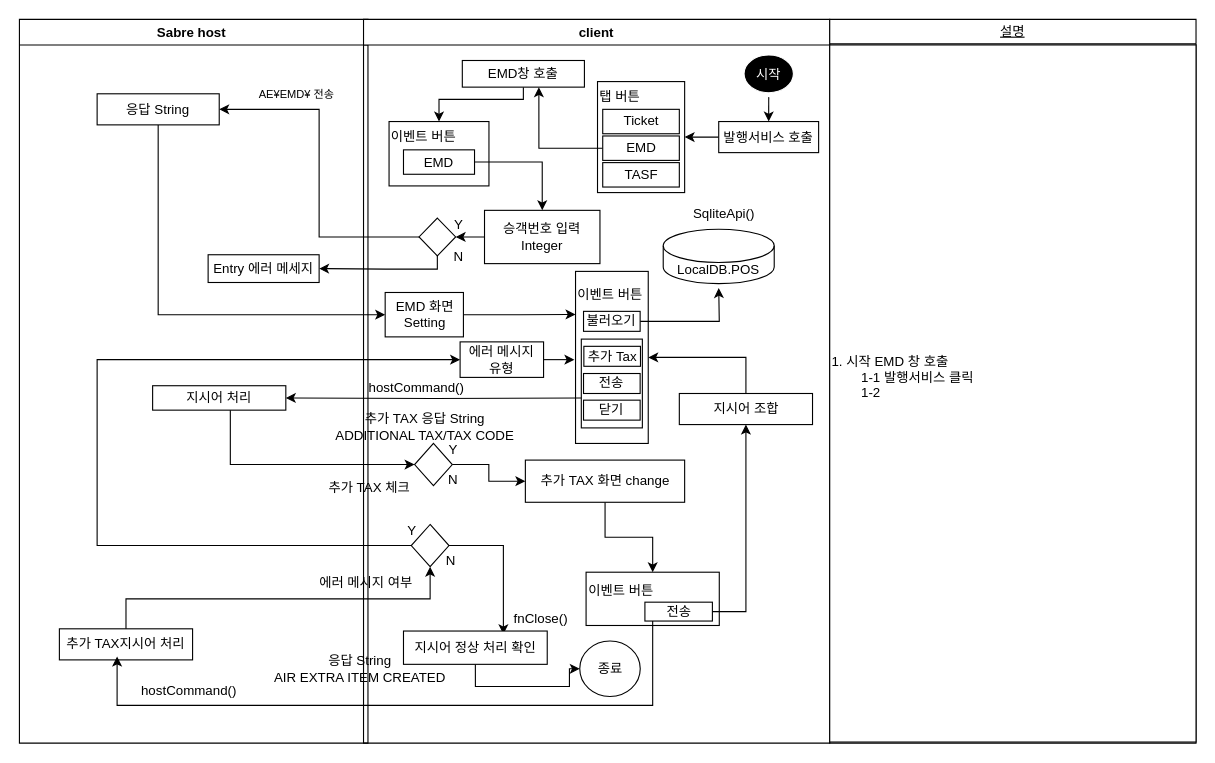
ShimDaeSung1/EMDS2 keeps this draw.io diagram as 제목 없는 다이어그램.drawio. Above is the earlier version. Source tidied: cells renumbered, new cells numbered last; positions are measured from the earlier drawing's top-left corner, leaving out a move shared by most shapes. Both pictures are drawn from the tidied source at 111%, with x=0, y=0 at pixel (19, 19).
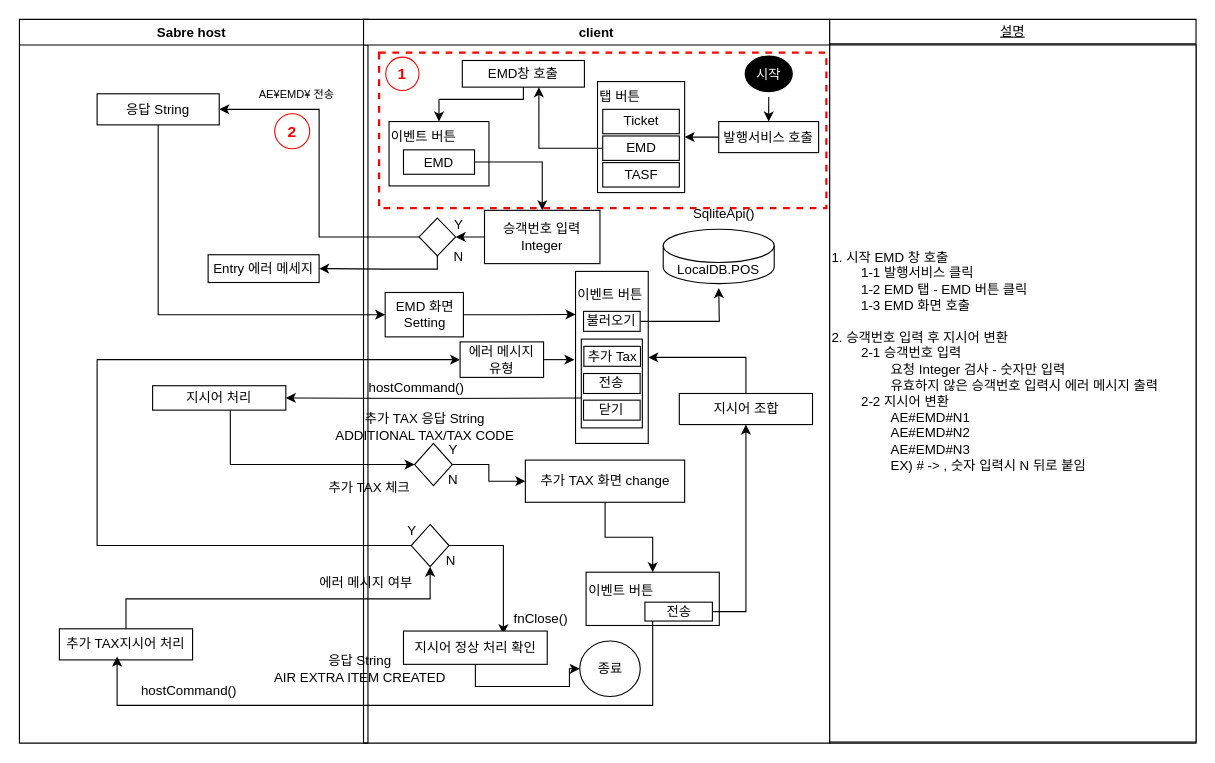
The same diagram, later.

Commit message (it also covers changes not shown here):
제목 없는 다이어그램.drawio 업데이트

The change refers to these unchanged cells:
```xml
<mxCell id="2" value="Sabre host " style="swimlane;whiteSpace=wrap;" parent="1" vertex="1">
  <mxGeometry width="314" height="652" as="geometry" />
</mxCell>
<mxCell id="9" value="client" style="swimlane;whiteSpace=wrap;" parent="1" vertex="1">
  <mxGeometry x="310" width="420" height="652" as="geometry" />
</mxCell>
<mxCell id="67" value="설명" style="swimlane;whiteSpace=wrap;fontStyle=4;startSize=22;" parent="1" vertex="1">
  <mxGeometry x="730" width="330" height="652" as="geometry" />
</mxCell>
```

What changed in the source:
```diff
@@
+    <mxCell id="76" value="&lt;font color=&quot;#ff0000&quot; style=&quot;font-size: 14px;&quot;&gt;2&lt;/font&gt;" style="ellipse;whiteSpace=wrap;html=1;strokeColor=#FF0000;fontStyle=1;" parent="2" vertex="1">
+      <mxGeometry x="230" y="85" width="31.5" height="31.5" as="geometry" />
+    </mxCell>
@@
+    <mxCell id="77" style="verticalLabelPosition=bottom;verticalAlign=top;html=1;shape=mxgraph.basic.rect;fillColor2=none;strokeWidth=2;size=20;indent=5;dashed=1;strokeColor=#FF0000;" parent="9" vertex="1">
+      <mxGeometry x="14" y="30" width="403" height="140" as="geometry" />
+    </mxCell>
@@
+    <mxCell id="78" value="&lt;font color=&quot;#ff0000&quot; style=&quot;font-size: 14px;&quot;&gt;1&lt;/font&gt;" style="ellipse;whiteSpace=wrap;html=1;strokeColor=#FF0000;fontStyle=1;" parent="9" vertex="1">
+      <mxGeometry x="20" y="34" width="30" height="30" as="geometry" />
+    </mxCell>
@@
-    <mxCell id="68" value="1. 시작 EMD 창 호출&lt;br&gt;&lt;span style=&quot;white-space: pre;&quot;&gt;&#9;&lt;/span&gt;1-1 발행서비스 클릭&lt;br&gt;&lt;span style=&quot;white-space: pre;&quot;&gt;&#9;&lt;/span&gt;1-2&amp;nbsp;&lt;br&gt;&lt;span style=&quot;white-space: pre;&quot;&gt;&#9;&lt;/span&gt;&lt;br&gt;&lt;span style=&quot;white-space: pre;&quot;&gt;&#9;&lt;/span&gt;&lt;span style=&quot;white-space: pre;&quot;&gt;&#9;&lt;/span&gt;&amp;nbsp;" style="whiteSpace=wrap;html=1;align=left;" parent="67" vertex="1">
+    <mxCell id="68" value="1. 시작 EMD 창 호출&lt;br&gt;&lt;span style=&quot;white-space: pre;&quot;&gt;&#9;&lt;/span&gt;1-1 발행서비스 클릭&lt;br&gt;&lt;span style=&quot;white-space: pre;&quot;&gt;&#9;&lt;/span&gt;1-2 EMD 탭 - EMD 버튼 클릭&lt;br&gt;&lt;span style=&quot;white-space: pre;&quot;&gt;&#9;&lt;/span&gt;1-3 EMD 화면 호출&lt;br&gt;&lt;br&gt;2. 승객번호 입력 후 지시어 변환&lt;br&gt;&lt;span style=&quot;white-space: pre;&quot;&gt;&#9;&lt;/span&gt;2-1 승객번호 입력&lt;br&gt;&lt;span style=&quot;white-space: pre;&quot;&gt;&#9;&lt;span style=&quot;white-space: pre;&quot;&gt;&#9;&lt;/span&gt;요&lt;/span&gt;청 Integer 검사 - 숫자만 입력&lt;br&gt;&lt;span style=&quot;white-space: pre;&quot;&gt;&#9;&lt;/span&gt;&lt;span style=&quot;white-space: pre;&quot;&gt;&#9;&lt;/span&gt;유효하지 않은 승객번호 입력시 에러 메시지 출력&lt;br&gt;&lt;span style=&quot;white-space: pre;&quot;&gt;&#9;&lt;/span&gt;2-2 지시어 변환&lt;br&gt;&lt;span style=&quot;white-space: pre;&quot;&gt;&#9;&lt;/span&gt;&lt;span style=&quot;white-space: pre;&quot;&gt;&#9;&lt;/span&gt;AE#EMD#N1&lt;br&gt;&lt;span style=&quot;white-space: pre;&quot;&gt;&#9;&lt;/span&gt;&lt;span style=&quot;white-space: pre;&quot;&gt;&#9;&lt;/span&gt;AE#EMD#N2&lt;br&gt;&lt;span style=&quot;white-space: pre;&quot;&gt;&#9;&lt;/span&gt;&lt;span style=&quot;white-space: pre;&quot;&gt;&#9;&lt;/span&gt;AE#EMD#N3&lt;br&gt;&lt;span style=&quot;white-space: pre;&quot;&gt;&#9;&lt;/span&gt;&lt;span style=&quot;white-space: pre;&quot;&gt;&#9;&lt;/span&gt;EX) # -&amp;gt; , 숫자 입력시 N 뒤로 붙임&lt;br&gt;&lt;span style=&quot;white-space: pre;&quot;&gt;&#9;&lt;/span&gt;&lt;span style=&quot;white-space: pre;&quot;&gt;&#9;&lt;/span&gt;&lt;br&gt;&lt;span style=&quot;white-space: pre;&quot;&gt;&#9;&lt;/span&gt;&lt;span style=&quot;white-space: pre;&quot;&gt;&#9;&lt;/span&gt;&lt;br&gt;&lt;span style=&quot;white-space: pre;&quot;&gt;&#9;&lt;/span&gt;&lt;br&gt;&lt;span style=&quot;white-space: pre;&quot;&gt;&#9;&lt;/span&gt;&lt;span style=&quot;white-space: pre;&quot;&gt;&#9;&lt;/span&gt;&amp;nbsp;" style="whiteSpace=wrap;html=1;align=left;" parent="67" vertex="1">
       <mxGeometry y="23" width="330" height="628" as="geometry" />
     </mxCell>
```
